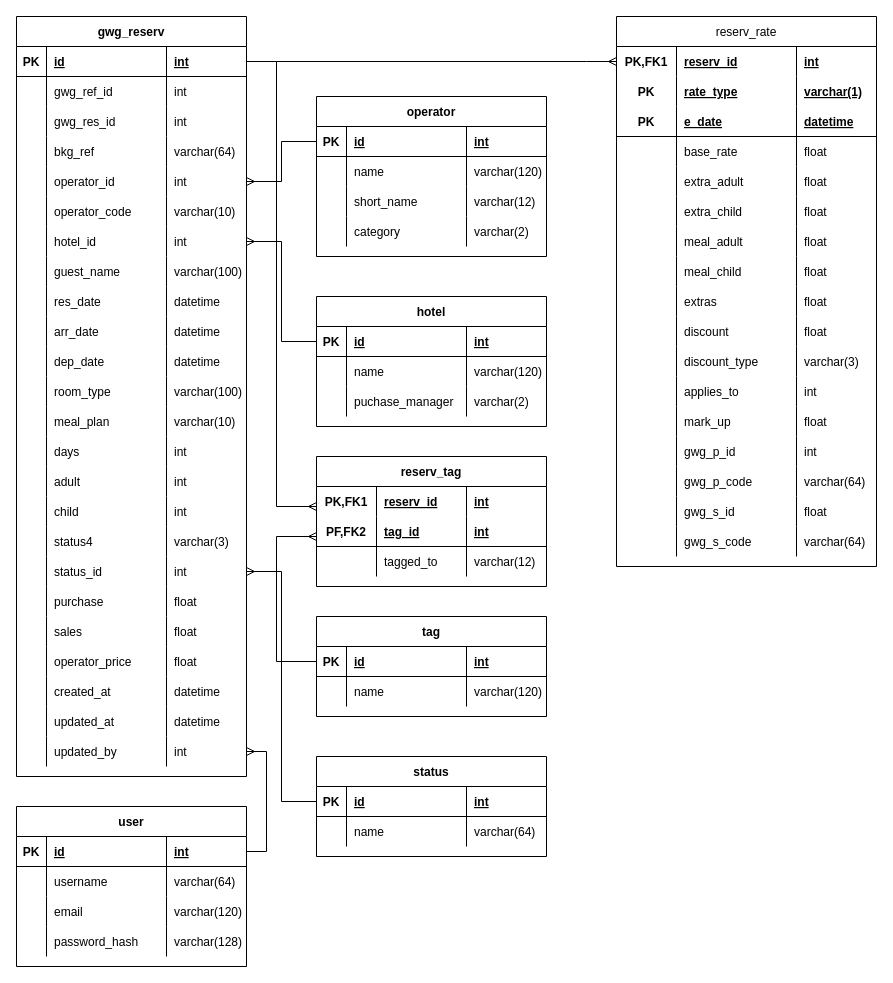
The draw.io diagram bkgs_app_erd.drawio in justivan/drawio-diagrams, before the edit. Source tidied: cells renumbered, new cells numbered last; positions are measured from the earlier drawing's top-left corner, leaving out a move shared by most shapes. Both pictures are drawn from the tidied source at 100%, with x=0, y=0 at pixel (16, 16).
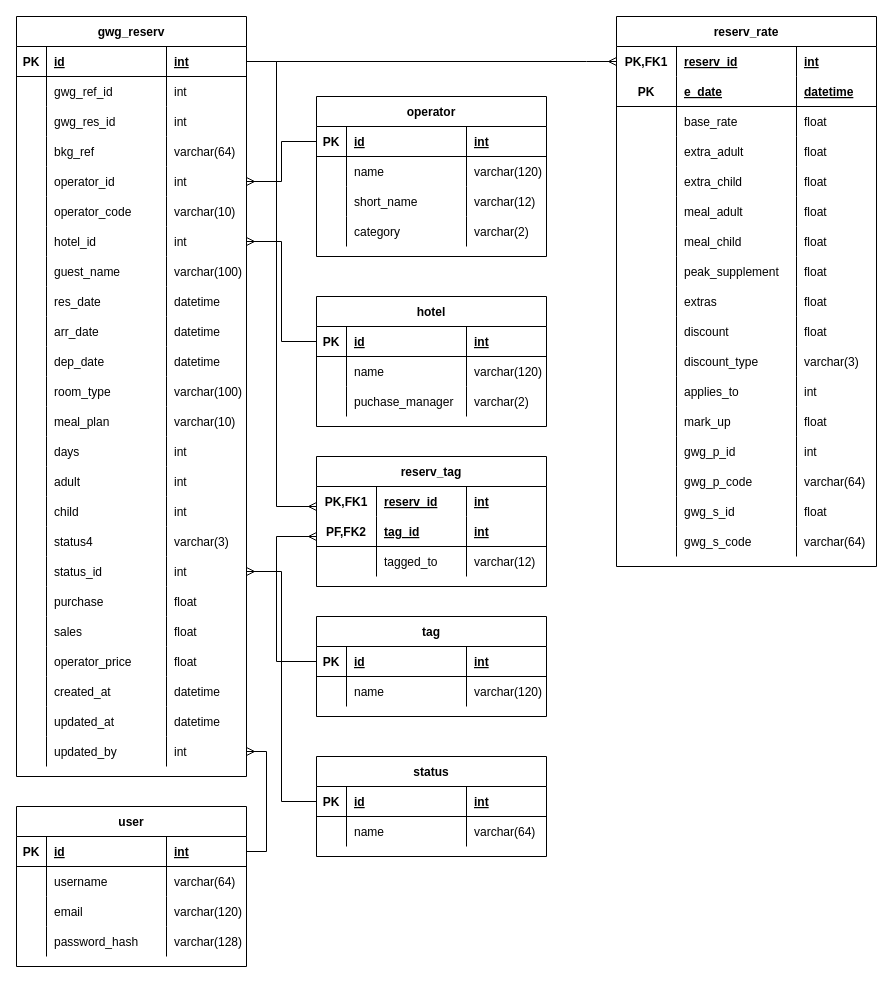
The same page after the edit.

Change to the diagram source:
```diff
@@
-    <mxCell id="99" value="reserv_rate" style="shape=table;startSize=30;childLayout=tableLayout;rowLines=0;fontStyle=0;align=center;fontFamily=Helvetica;" parent="1" vertex="1">
+    <mxCell id="99" value="reserv_rate" style="shape=table;startSize=30;childLayout=tableLayout;rowLines=0;fontStyle=1;align=center;fontFamily=Helvetica;" parent="1" vertex="1">
       <mxGeometry x="600" width="260" height="550" as="geometry" />
     </mxCell>
@@
-    <mxCell id="104" style="shape=tableRow;horizontal=0;startSize=0;swimlaneHead=0;swimlaneBody=0;fillColor=none;top=0;left=0;right=0;bottom=0;fontFamily=Helvetica;" parent="99" vertex="1">
-      <mxGeometry y="60" width="260" height="30" as="geometry" />
-    </mxCell>
-    <mxCell id="105" value="PK" style="shape=partialRectangle;fillColor=none;top=0;left=0;bottom=0;right=0;fontStyle=1;overflow=hidden;fontFamily=Helvetica;" parent="104" vertex="1">
-      <mxGeometry width="60" height="30" as="geometry" />
-    </mxCell>
-    <mxCell id="106" value="rate_type" style="shape=partialRectangle;fillColor=none;top=0;left=0;bottom=0;right=0;align=left;spacingLeft=6;fontStyle=5;overflow=hidden;fontFamily=Helvetica;" parent="104" vertex="1">
-      <mxGeometry x="60" width="120" height="30" as="geometry" />
-    </mxCell>
-    <mxCell id="107" value="varchar(1)" style="shape=partialRectangle;fillColor=none;top=0;left=0;bottom=0;right=0;align=left;spacingLeft=6;fontStyle=5;overflow=hidden;fontFamily=Helvetica;" parent="104" vertex="1">
-      <mxGeometry x="180" width="80" height="30" as="geometry" />
-    </mxCell>
     <mxCell id="108" style="shape=tableRow;horizontal=0;startSize=0;swimlaneHead=0;swimlaneBody=0;fillColor=none;top=0;left=0;right=0;bottom=0;fontFamily=Helvetica;" parent="99" vertex="1">
-      <mxGeometry y="90" width="260" height="30" as="geometry" />
+      <mxGeometry y="60" width="260" height="30" as="geometry" />
     </mxCell>
@@
     <mxCell id="112" style="shape=tableRow;horizontal=0;startSize=0;swimlaneHead=0;swimlaneBody=0;fillColor=none;top=0;left=0;right=0;bottom=0;fontFamily=Helvetica;strokeColor=default;" parent="99" vertex="1">
-      <mxGeometry y="120" width="260" height="30" as="geometry" />
+      <mxGeometry y="90" width="260" height="30" as="geometry" />
     </mxCell>
@@
     <mxCell id="116" style="shape=tableRow;horizontal=0;startSize=0;swimlaneHead=0;swimlaneBody=0;fillColor=none;top=0;left=0;right=0;bottom=0;fontFamily=Helvetica;strokeColor=default;" parent="99" vertex="1">
-      <mxGeometry y="150" width="260" height="30" as="geometry" />
+      <mxGeometry y="120" width="260" height="30" as="geometry" />
     </mxCell>
@@
     <mxCell id="120" style="shape=tableRow;horizontal=0;startSize=0;swimlaneHead=0;swimlaneBody=0;fillColor=none;top=0;left=0;right=0;bottom=0;fontFamily=Helvetica;strokeColor=default;" parent="99" vertex="1">
-      <mxGeometry y="180" width="260" height="30" as="geometry" />
+      <mxGeometry y="150" width="260" height="30" as="geometry" />
     </mxCell>
@@
     <mxCell id="124" style="shape=tableRow;horizontal=0;startSize=0;swimlaneHead=0;swimlaneBody=0;fillColor=none;top=0;left=0;right=0;bottom=0;fontFamily=Helvetica;strokeColor=default;" parent="99" vertex="1">
-      <mxGeometry y="210" width="260" height="30" as="geometry" />
+      <mxGeometry y="180" width="260" height="30" as="geometry" />
     </mxCell>
@@
     <mxCell id="128" style="shape=tableRow;horizontal=0;startSize=0;swimlaneHead=0;swimlaneBody=0;fillColor=none;top=0;left=0;right=0;bottom=0;fontFamily=Helvetica;strokeColor=default;" parent="99" vertex="1">
-      <mxGeometry y="240" width="260" height="30" as="geometry" />
+      <mxGeometry y="210" width="260" height="30" as="geometry" />
     </mxCell>
@@
     <mxCell id="132" style="shape=tableRow;horizontal=0;startSize=0;swimlaneHead=0;swimlaneBody=0;fillColor=none;top=0;left=0;right=0;bottom=0;fontFamily=Helvetica;strokeColor=default;" parent="99" vertex="1">
-      <mxGeometry y="270" width="260" height="30" as="geometry" />
+      <mxGeometry y="240" width="260" height="30" as="geometry" />
     </mxCell>
@@
-    <mxCell id="134" value="extras" style="shape=partialRectangle;fillColor=none;top=0;left=0;bottom=0;right=0;align=left;spacingLeft=6;overflow=hidden;fontFamily=Helvetica;strokeColor=default;" parent="132" vertex="1">
+    <mxCell id="134" value="peak_supplement" style="shape=partialRectangle;fillColor=none;top=0;left=0;bottom=0;right=0;align=left;spacingLeft=6;overflow=hidden;fontFamily=Helvetica;strokeColor=default;" parent="132" vertex="1">
       <mxGeometry x="60" width="120" height="30" as="geometry" />
     </mxCell>
@@
+    <mxCell id="253" style="shape=tableRow;horizontal=0;startSize=0;swimlaneHead=0;swimlaneBody=0;fillColor=none;top=0;left=0;right=0;bottom=0;fontFamily=Helvetica;strokeColor=default;" parent="99" vertex="1">
+      <mxGeometry y="270" width="260" height="30" as="geometry" />
+    </mxCell>
+    <mxCell id="254" style="shape=partialRectangle;fillColor=none;top=0;left=0;bottom=0;right=0;overflow=hidden;fontFamily=Helvetica;strokeColor=default;" parent="253" vertex="1">
+      <mxGeometry width="60" height="30" as="geometry" />
+    </mxCell>
+    <mxCell id="255" value="extras" style="shape=partialRectangle;fillColor=none;top=0;left=0;bottom=0;right=0;align=left;spacingLeft=6;overflow=hidden;fontFamily=Helvetica;strokeColor=default;" parent="253" vertex="1">
+      <mxGeometry x="60" width="120" height="30" as="geometry" />
+    </mxCell>
+    <mxCell id="256" value="float" style="shape=partialRectangle;fillColor=none;top=0;left=0;bottom=0;right=0;align=left;spacingLeft=6;overflow=hidden;fontFamily=Helvetica;strokeColor=default;" parent="253" vertex="1">
+      <mxGeometry x="180" width="80" height="30" as="geometry" />
+    </mxCell>
```
